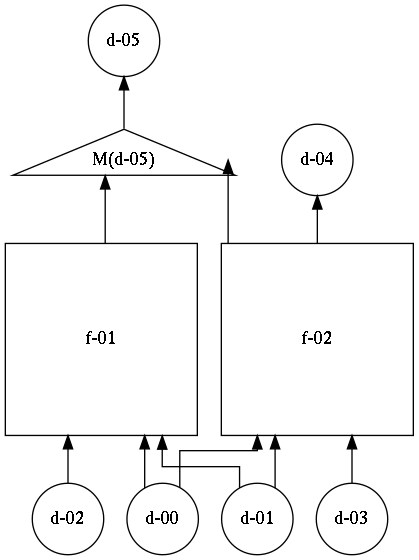
Above: note/tmp/test.png in eliavw/morpheus (Graphviz), before the change. Its source is kept beside it as note/tmp/test.dot.
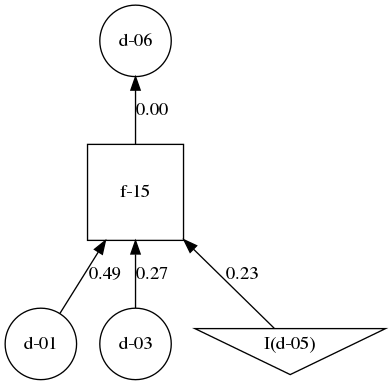
After the commit.

What changed in the source:
```diff
@@ -1,33 +1,17 @@
 strict digraph  {
 rankdir=BT;
-splines=ortho;
-"d-00" [bipartite=data, idx=0, kind=data, shape="circle", tgt="[0]"];
-"d-01" [bipartite=data, idx=1, kind=data, shape="circle", tgt="[1]"];
-"d-02" [bipartite=data, idx=2, kind=data, shape="circle", tgt="[2]"];
-"f-01" [bipartite=func, function=<bound method ForestRegressor.predict of RandomForestRegressor(bootstrap=True, criterion='mse', max_depth=5,
+"d-01" [bipartite=data, fi="0.4941134432922592", idx=1, kind=data, shape="circle", tgt="[1]"];
+"d-03" [bipartite=data, fi="0.27498679132053416", idx=3, kind=data, shape="circle", tgt="[3]"];
+"d-06" [bipartite=data, idx=6, kind=data, shape="circle", tgt="[6]"];
+"f-15" [bipartite=func, function=<bound method ForestRegressor.predict of RandomForestRegressor(bootstrap=True, criterion='mse', max_depth=5,
            max_features='auto', max_leaf_nodes=None,
            min_impurity_decrease=0.0, min_impurity_split=None,
            min_samples_leaf=1, min_samples_split=2,
            min_weight_fraction_leaf=0.0, n_estimators=5, n_jobs=None,
-           oob_score=False, random_state=None, verbose=0, warm_start=False)>, idx=1, kind=model, mod="RandomForestRegressor(bootstrap=True, criterion='mse', max_depth=5,\n           max_features='auto', max_leaf_nodes=None,\n           min_impurity_decrease=0.0, min_impurity_split=None,\n           min_samples_leaf=1, min_samples_split=2,\n           min_weight_fraction_leaf=0.0, n_estimators=5, n_jobs=None,\n           oob_score=False, random_state=None, verbose=0, warm_start=False)", shape="square", src="[0, 1, 2]", tgt="[5]", width=2];
-"d-03" [bipartite=data, idx=3, kind=data, shape="circle", tgt="[3]"];
-"d-04" [bipartite=data, idx=4, kind=data, shape="circle", tgt="[4]"];
-"f-02" [bipartite=func, function=<bound method ForestRegressor.predict of RandomForestRegressor(bootstrap=True, criterion='mse', max_depth=5,
-           max_features='auto', max_leaf_nodes=None,
-           min_impurity_decrease=0.0, min_impurity_split=None,
-           min_samples_leaf=1, min_samples_split=2,
-           min_weight_fraction_leaf=0.0, n_estimators=5, n_jobs=None,
-           oob_score=False, random_state=None, verbose=0, warm_start=False)>, idx=2, kind=model, mod="RandomForestRegressor(bootstrap=True, criterion='mse', max_depth=5,\n           max_features='auto', max_leaf_nodes=None,\n           min_impurity_decrease=0.0, min_impurity_split=None,\n           min_samples_leaf=1, min_samples_split=2,\n           min_weight_fraction_leaf=0.0, n_estimators=5, n_jobs=None,\n           oob_score=False, random_state=None, verbose=0, warm_start=False)", shape="square", src="[0, 1, 3]", tgt="[4, 5]", width=2];
-"M(d-05)" [bipartite=data, idx=5, kind=merge, shape="triangle", tgt="[5]"];
-"d-05" [bipartite=data, idx=5, kind=data, shape="circle", tgt="[5]"];
-"d-00" -> "f-01"  [idx=0];
-"d-00" -> "f-02"  [idx=0];
-"d-01" -> "f-01"  [idx=1];
-"d-01" -> "f-02"  [idx=1];
-"d-02" -> "f-01"  [idx=2];
-"f-01" -> "M(d-05)"  [idx=5];
-"d-03" -> "f-02"  [idx=3];
-"f-02" -> "d-04"  [idx=4];
-"f-02" -> "M(d-05)"  [idx=5];
-"M(d-05)" -> "d-05"  [idx=5];
+           oob_score=False, random_state=None, verbose=0, warm_start=False)>, idx=15, kind=model, mod="RandomForestRegressor(bootstrap=True, criterion='mse', max_depth=5,\n           max_features='auto', max_leaf_nodes=None,\n           min_impurity_decrease=0.0, min_impurity_split=None,\n           min_samples_leaf=1, min_samples_split=2,\n           min_weight_fraction_leaf=0.0, n_estimators=5, n_jobs=None,\n           oob_score=False, random_state=None, verbose=0, warm_start=False)", shape="square", src="[1, 3, 5]", tgt="[6]", width=1];
+"I(d-05)" [bipartite=data, fi="0.23089976538720675", idx=5, kind=imputation, shape="invtriangle", tgt="[5]"];
+"d-01" -> "f-15"  [fi="0.4941134432922592", idx=1, label="0.49"];
+"d-03" -> "f-15"  [fi="0.27498679132053416", idx=3, label="0.27"];
+"f-15" -> "d-06"  [idx=6, label="0.00"];
+"I(d-05)" -> "f-15"  [fi="0.23089976538720675", idx=5, label="0.23"];
 }
```
